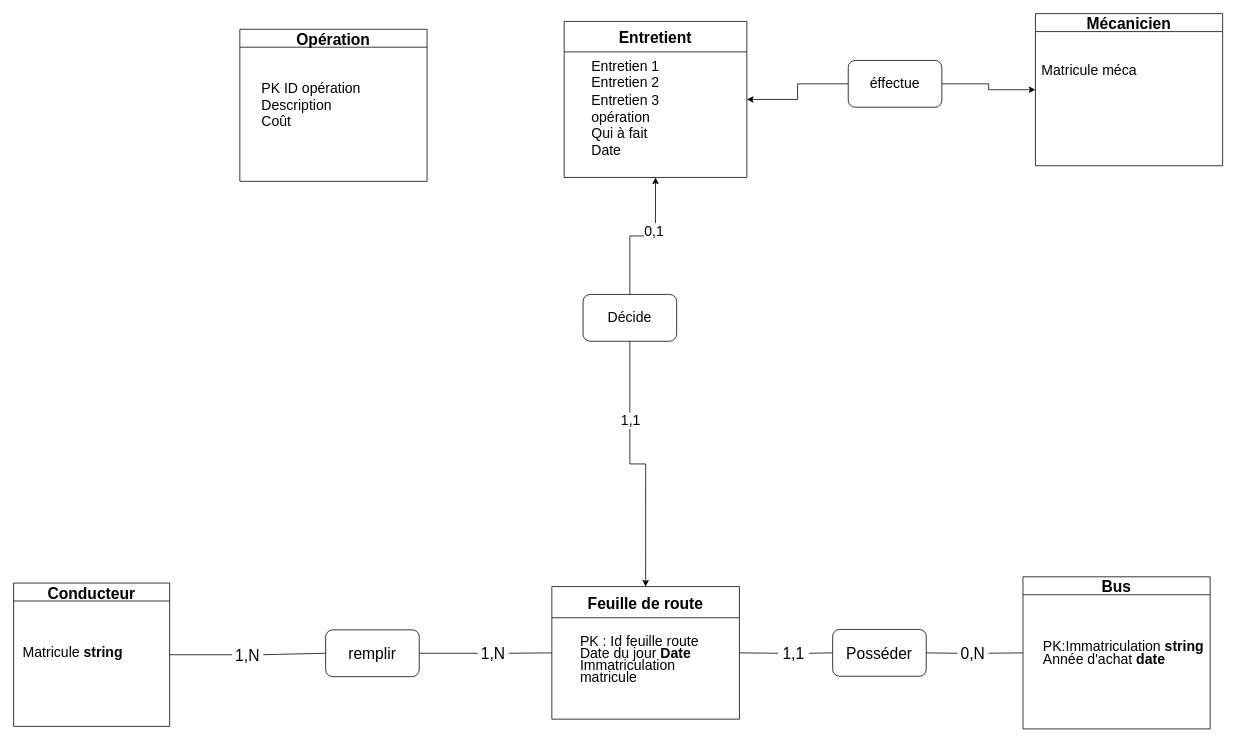
michaelnba23/Ichec keeps this draw.io diagram as page "Page-1" (1 of 2) of Diagramme sans nom.drawio. Above is the earlier version. Source tidied: cells renumbered, new cells numbered last; positions are measured from the earlier drawing's top-left corner, leaving out a move shared by most shapes. Both pictures are drawn from the tidied source at 78%, with x=0, y=0 at pixel (13, 13).
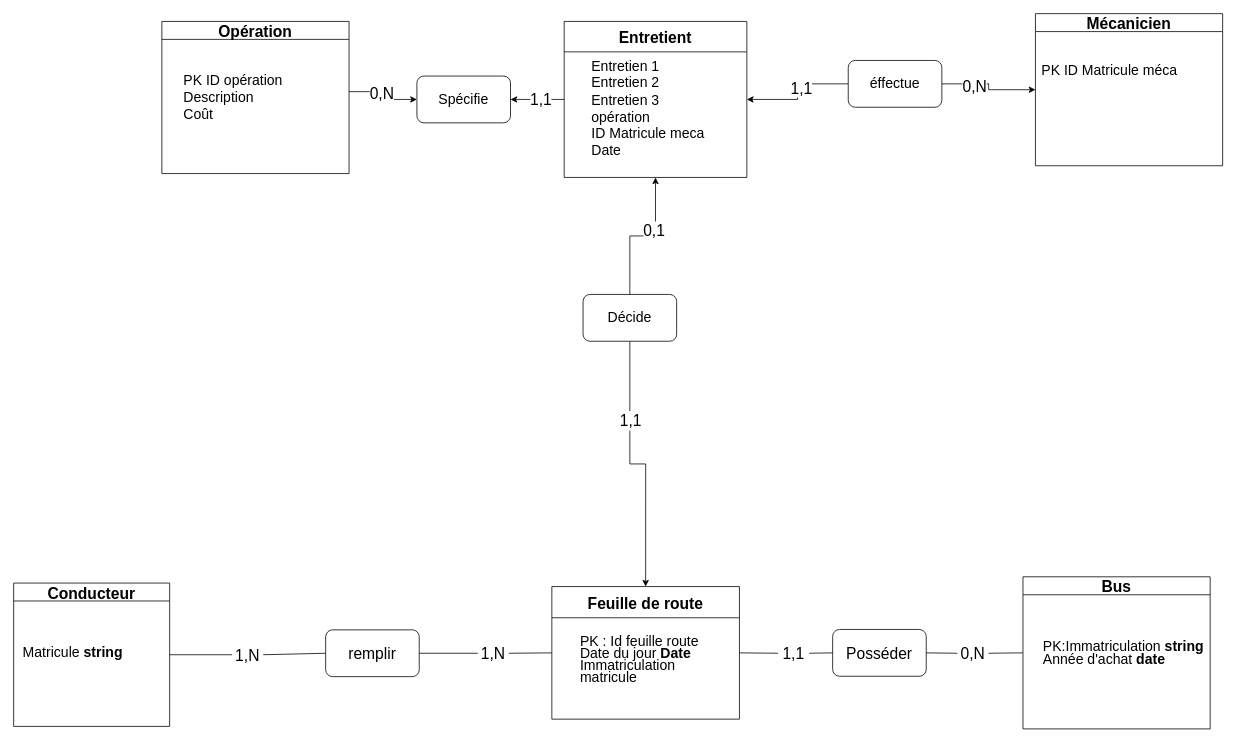
Above is the later version.

Unchanged cells that the change refers to:
```xml
<mxCell id="8" value="Entretient" style="swimlane;fontSize=20;startSize=39;" parent="1" vertex="1">
  <mxGeometry x="705.8" y="10" width="234.2" height="200" as="geometry" />
</mxCell>
<mxCell id="25" value="Mécanicien" style="swimlane;fontSize=20;" parent="1" vertex="1">
  <mxGeometry x="1310" width="240" height="195" as="geometry" />
</mxCell>
<mxCell id="29" style="edgeStyle=orthogonalEdgeStyle;rounded=0;jettySize=auto;html=1;exitX=0.5;exitY=1;exitDx=0;exitDy=0;entryX=0.5;entryY=0;entryDx=0;entryDy=0;fontSize=18;" parent="1" edge="1" source="33" target="6">
  <mxGeometry relative="1" as="geometry" />
</mxCell>
<mxCell id="31" style="edgeStyle=orthogonalEdgeStyle;rounded=0;jettySize=auto;html=1;exitX=0.5;exitY=0;exitDx=0;exitDy=0;entryX=0.5;entryY=1;entryDx=0;entryDy=0;fontSize=18;" parent="1" edge="1" source="33" target="8">
  <mxGeometry relative="1" as="geometry" />
</mxCell>
<mxCell id="34" style="edgeStyle=orthogonalEdgeStyle;rounded=0;jettySize=auto;html=1;exitX=1;exitY=0.5;exitDx=0;exitDy=0;entryX=0;entryY=0.5;entryDx=0;entryDy=0;fontSize=18;" parent="1" edge="1" source="36" target="25">
  <mxGeometry relative="1" as="geometry" />
</mxCell>
<mxCell id="35" style="edgeStyle=orthogonalEdgeStyle;rounded=0;jettySize=auto;html=1;exitX=0;exitY=0.5;exitDx=0;exitDy=0;entryX=1;entryY=0.5;entryDx=0;entryDy=0;fontSize=18;" parent="1" edge="1" source="36" target="8">
  <mxGeometry relative="1" as="geometry" />
</mxCell>
```

Diff of the diagram source:
```diff
@@
+    <mxCell id="37" style="edgeStyle=orthogonalEdgeStyle;rounded=0;jettySize=auto;html=1;exitX=0;exitY=0.5;exitDx=0;exitDy=0;entryX=1;entryY=0.5;entryDx=0;entryDy=0;fontSize=20;" parent="1" edge="1" source="8" target="41">
+      <mxGeometry relative="1" as="geometry" />
+    </mxCell>
+    <mxCell id="38" value="1,1" style="edgeLabel;html=1;align=center;verticalAlign=middle;fontSize=20;" parent="37" vertex="1">
+      <mxGeometry x="-0.1" y="-2" relative="1" as="geometry">
+        <mxPoint x="1" as="offset" />
+      </mxGeometry>
+    </mxCell>
@@
-    <mxCell id="9" value="&lt;p class=&quot;MsoListParagraphCxSpFirst&quot; style=&quot;margin: 0cm 0cm 0cm 36pt ; line-height: 15.6933px ; font-size: 20px ; font-family: &amp;quot;calibri&amp;quot; , sans-serif ; text-indent: -18pt&quot;&gt;&lt;/p&gt;&lt;p class=&quot;MsoListParagraphCxSpFirst&quot; style=&quot;margin: 0cm 0cm 0cm 36pt ; line-height: 15.6933px ; text-indent: -18pt ; display: inline ; font-size: 20px&quot;&gt;&lt;/p&gt;&lt;div style=&quot;text-indent: -24px ; font-size: 18px&quot;&gt;&lt;span style=&quot;font-family: calibri, sans-serif; background-color: initial;&quot;&gt;Entretien 1&lt;/span&gt;&lt;/div&gt;&lt;div style=&quot;text-indent: -24px ; font-size: 18px&quot;&gt;&lt;span style=&quot;font-family: calibri, sans-serif;&quot;&gt;Entretien 2&lt;/span&gt;&lt;span style=&quot;font-family: calibri, sans-serif; background-color: initial;&quot;&gt;&lt;br&gt;&lt;/span&gt;&lt;/div&gt;&lt;div style=&quot;text-indent: -24px ; font-size: 18px&quot;&gt;&lt;span style=&quot;font-family: calibri, sans-serif;&quot;&gt;Entretien 3&lt;/span&gt;&lt;/div&gt;&lt;div style=&quot;text-indent: -24px ; font-size: 18px&quot;&gt;&lt;span style=&quot;font-family: calibri, sans-serif; background-color: initial;&quot;&gt;opération&lt;/span&gt;&lt;br&gt;&lt;/div&gt;&lt;div style=&quot;text-indent: -24px ; font-size: 18px&quot;&gt;&lt;font face=&quot;calibri, sans-serif&quot;&gt;Qui à fait&amp;nbsp;&lt;/font&gt;&lt;/div&gt;&lt;div style=&quot;text-indent: -24px ; font-size: 18px&quot;&gt;&lt;font face=&quot;calibri, sans-serif&quot;&gt;Date&lt;/font&gt;&lt;/div&gt;&lt;p style=&quot;font-size: 20px&quot;&gt;&lt;/p&gt;" style="text;html=1;strokeColor=none;fillColor=none;align=left;verticalAlign=middle;whiteSpace=wrap;rounded=0;fontSize=20;" parent="8" vertex="1">
-      <mxGeometry x="57.1" y="70" width="120" height="79.7" as="geometry" />
+    <mxCell id="9" value="&lt;p class=&quot;MsoListParagraphCxSpFirst&quot; style=&quot;margin: 0cm 0cm 0cm 36pt ; line-height: 15.6933px ; font-size: 20px ; font-family: &amp;quot;calibri&amp;quot; , sans-serif ; text-indent: -18pt&quot;&gt;&lt;/p&gt;&lt;p class=&quot;MsoListParagraphCxSpFirst&quot; style=&quot;margin: 0cm 0cm 0cm 36pt ; line-height: 15.6933px ; text-indent: -18pt ; display: inline ; font-size: 20px&quot;&gt;&lt;/p&gt;&lt;div style=&quot;text-indent: -24px ; font-size: 18px&quot;&gt;&lt;span style=&quot;font-family: calibri, sans-serif; background-color: initial;&quot;&gt;Entretien 1&lt;/span&gt;&lt;/div&gt;&lt;div style=&quot;text-indent: -24px ; font-size: 18px&quot;&gt;&lt;span style=&quot;font-family: calibri, sans-serif;&quot;&gt;Entretien 2&lt;/span&gt;&lt;span style=&quot;font-family: calibri, sans-serif; background-color: initial;&quot;&gt;&lt;br&gt;&lt;/span&gt;&lt;/div&gt;&lt;div style=&quot;text-indent: -24px ; font-size: 18px&quot;&gt;&lt;span style=&quot;font-family: calibri, sans-serif;&quot;&gt;Entretien 3&lt;/span&gt;&lt;/div&gt;&lt;div style=&quot;text-indent: -24px ; font-size: 18px&quot;&gt;&lt;span style=&quot;font-family: calibri, sans-serif; background-color: initial;&quot;&gt;opération&lt;/span&gt;&lt;br&gt;&lt;/div&gt;&lt;div style=&quot;text-indent: -24px ; font-size: 18px&quot;&gt;&lt;span style=&quot;font-family: calibri, sans-serif; background-color: initial;&quot;&gt;ID Matricule meca&lt;/span&gt;&lt;/div&gt;&lt;div style=&quot;text-indent: -24px ; font-size: 18px&quot;&gt;&lt;span style=&quot;font-family: calibri, sans-serif; background-color: initial;&quot;&gt;Date&lt;/span&gt;&lt;br&gt;&lt;/div&gt;&lt;p style=&quot;font-size: 20px&quot;&gt;&lt;/p&gt;" style="text;html=1;strokeColor=none;fillColor=none;align=left;verticalAlign=middle;whiteSpace=wrap;rounded=0;fontSize=20;" parent="8" vertex="1">
+      <mxGeometry x="57.1" y="70" width="152.9" height="79.7" as="geometry" />
     </mxCell>
@@
-    <mxCell id="26" value="&lt;p class=&quot;MsoListParagraphCxSpFirst&quot; style=&quot;margin: 0cm 0cm 0cm 36pt ; line-height: 15.6933px ; font-size: 11pt ; font-family: &amp;quot;calibri&amp;quot; , sans-serif ; text-indent: -18pt&quot;&gt;&lt;/p&gt;&lt;p class=&quot;MsoListParagraphCxSpFirst&quot; style=&quot;margin: 0cm 0cm 0cm 36pt ; line-height: 15.6933px ; font-size: 11pt ; font-family: &amp;quot;calibri&amp;quot; , sans-serif ; text-indent: -18pt ; display: inline&quot;&gt;&lt;/p&gt;&lt;div style=&quot;text-indent: -24px; font-size: 18px;&quot;&gt;Matricule méca&lt;/div&gt;" style="text;html=1;strokeColor=none;fillColor=none;align=left;verticalAlign=middle;whiteSpace=wrap;rounded=0;" parent="25" vertex="1">
+    <mxCell id="26" value="&lt;p class=&quot;MsoListParagraphCxSpFirst&quot; style=&quot;margin: 0cm 0cm 0cm 36pt ; line-height: 15.6933px ; font-size: 11pt ; font-family: &amp;quot;calibri&amp;quot; , sans-serif ; text-indent: -18pt&quot;&gt;&lt;/p&gt;&lt;p class=&quot;MsoListParagraphCxSpFirst&quot; style=&quot;margin: 0cm 0cm 0cm 36pt ; line-height: 15.6933px ; font-size: 11pt ; font-family: &amp;quot;calibri&amp;quot; , sans-serif ; text-indent: -18pt ; display: inline&quot;&gt;&lt;/p&gt;&lt;div style=&quot;text-indent: -24px; font-size: 18px;&quot;&gt;PK ID Matricule méca&lt;/div&gt;" style="text;html=1;strokeColor=none;fillColor=none;align=left;verticalAlign=middle;whiteSpace=wrap;rounded=0;" parent="25" vertex="1">
       <mxGeometry x="30" width="220" height="130" as="geometry" />
     </mxCell>
     <mxCell id="27" value="Opération" style="swimlane;fontSize=20;" parent="1" vertex="1">
-      <mxGeometry x="290" y="20" width="240" height="195" as="geometry" />
+      <mxGeometry x="190" y="10" width="240" height="195" as="geometry" />
     </mxCell>
     <mxCell id="28" value="&lt;p class=&quot;MsoListParagraphCxSpFirst&quot; style=&quot;margin: 0cm 0cm 0cm 36pt ; line-height: 15.6933px ; font-size: 11pt ; font-family: &amp;quot;calibri&amp;quot; , sans-serif ; text-indent: -18pt&quot;&gt;&lt;/p&gt;&lt;p class=&quot;MsoListParagraphCxSpFirst&quot; style=&quot;margin: 0cm 0cm 0cm 36pt ; line-height: 15.6933px ; font-size: 11pt ; font-family: &amp;quot;calibri&amp;quot; , sans-serif ; text-indent: -18pt ; display: inline&quot;&gt;&lt;/p&gt;&lt;div style=&quot;text-indent: -24px; font-size: 18px;&quot;&gt;PK ID opération&lt;/div&gt;&lt;div style=&quot;text-indent: -24px; font-size: 18px;&quot;&gt;Description&lt;/div&gt;&lt;div style=&quot;text-indent: -24px; font-size: 18px;&quot;&gt;Coût&lt;/div&gt;" style="text;html=1;strokeColor=none;fillColor=none;align=left;verticalAlign=middle;whiteSpace=wrap;rounded=0;" parent="27" vertex="1">
-      <mxGeometry x="50" y="25" width="220" height="130" as="geometry" />
+      <mxGeometry x="50" y="25" width="190" height="130" as="geometry" />
     </mxCell>
@@
-    <mxCell id="30" value="1,1" style="edgeLabel;html=1;align=center;verticalAlign=middle;fontSize=18;" parent="29" vertex="1">
+    <mxCell id="30" value="&lt;font style=&quot;font-size: 20px;&quot;&gt;1,1&lt;/font&gt;" style="edgeLabel;html=1;align=center;verticalAlign=middle;fontSize=18;" parent="29" vertex="1">
       <mxGeometry x="-0.4" relative="1" as="geometry">
         <mxPoint y="1" as="offset" />
       </mxGeometry>
     </mxCell>
@@
-    <mxCell id="32" value="0,1" style="edgeLabel;html=1;align=center;verticalAlign=middle;fontSize=18;" parent="31" vertex="1">
+    <mxCell id="32" value="&lt;font style=&quot;font-size: 20px;&quot;&gt;0,1&lt;/font&gt;" style="edgeLabel;html=1;align=center;verticalAlign=middle;fontSize=18;" parent="31" vertex="1">
       <mxGeometry x="0.25" y="2" relative="1" as="geometry" />
     </mxCell>
@@
+    <mxCell id="39" value="&lt;font style=&quot;font-size: 20px;&quot;&gt;0,N&lt;/font&gt;" style="edgeLabel;html=1;align=center;verticalAlign=middle;" parent="34" vertex="1">
+      <mxGeometry x="-0.36" y="-1" relative="1" as="geometry">
+        <mxPoint y="1" as="offset" />
+      </mxGeometry>
+    </mxCell>
@@
+    <mxCell id="40" value="&lt;font style=&quot;font-size: 20px;&quot;&gt;1,1&lt;/font&gt;" style="edgeLabel;html=1;align=center;verticalAlign=middle;" parent="35" vertex="1">
+      <mxGeometry x="-0.19" y="4" relative="1" as="geometry" />
+    </mxCell>
@@
+    <mxCell id="41" value="&lt;font style=&quot;font-size: 18px;&quot;&gt;Spécifie&lt;/font&gt;" style="rounded=1;whiteSpace=wrap;html=1;" parent="1" vertex="1">
+      <mxGeometry x="517" y="80" width="120" height="60" as="geometry" />
+    </mxCell>
+    <mxCell id="42" style="edgeStyle=orthogonalEdgeStyle;rounded=0;jettySize=auto;html=1;exitX=1;exitY=0.5;exitDx=0;exitDy=0;entryX=0;entryY=0.5;entryDx=0;entryDy=0;fontSize=20;" parent="1" edge="1" source="28" target="41">
+      <mxGeometry relative="1" as="geometry" />
+    </mxCell>
+    <mxCell id="43" value="0,N" style="edgeLabel;html=1;align=center;verticalAlign=middle;fontSize=20;" parent="42" vertex="1">
+      <mxGeometry x="-0.15" y="-1" relative="1" as="geometry" />
+    </mxCell>
```
